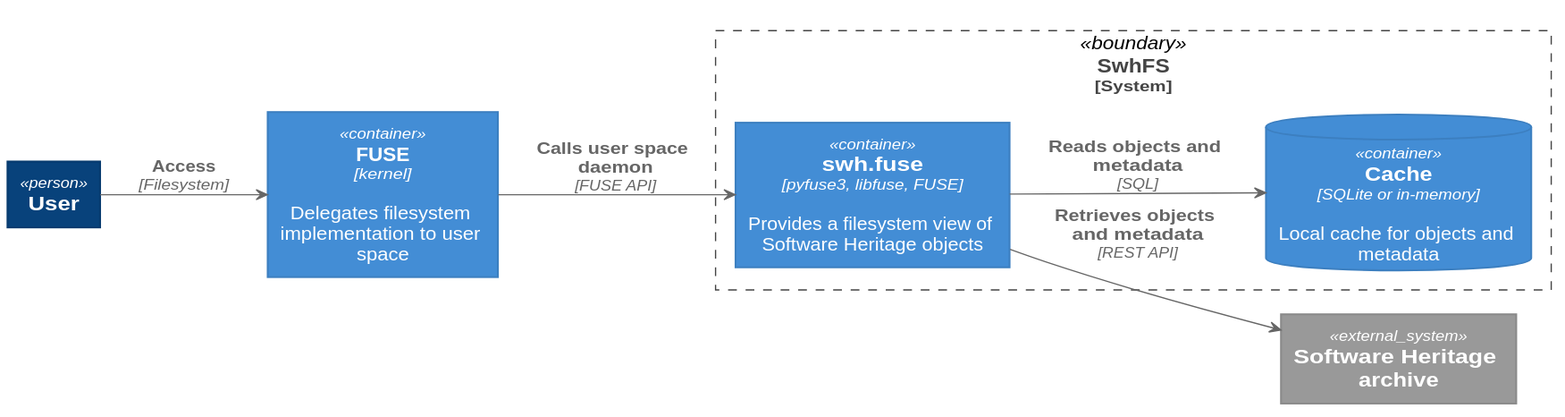
Before: docs/images/arch-container.svg, a diagram exported from PlantUML (SoftwareHeritage/swh-fuse). The source it was exported from:
```plantuml
@startuml arch-container





skinparam defaultTextAlignment center

skinparam wrapWidth 200
skinparam maxMessageSize 150

skinparam rectangle {
    StereotypeFontSize 12
    shadowing false
}

skinparam database {
    StereotypeFontSize 12
    shadowing false
}

skinparam Arrow {
    Color #666666
    FontColor #666666
    FontSize 12
}

skinparam rectangle<<boundary>> {
    Shadowing false
    StereotypeFontSize 0
    FontColor #444444
    BorderColor #444444
    BorderStyle dashed
}






















skinparam rectangle<<person>> {
    StereotypeFontColor #FFFFFF
    FontColor #FFFFFF
    BackgroundColor #08427B
    BorderColor #073B6F
}

skinparam rectangle<<external_person>> {
    StereotypeFontColor #FFFFFF
    FontColor #FFFFFF
    BackgroundColor #686868
    BorderColor #8A8A8A
}

skinparam rectangle<<system>> {
    StereotypeFontColor #FFFFFF
    FontColor #FFFFFF
    BackgroundColor #1168BD
    BorderColor #3C7FC0
}

skinparam rectangle<<external_system>> {
    StereotypeFontColor #FFFFFF
    FontColor #FFFFFF
    BackgroundColor #999999
    BorderColor #8A8A8A
}

skinparam database<<system>> {
    StereotypeFontColor #FFFFFF
    FontColor #FFFFFF
    BackgroundColor #1168BD
    BorderColor #3C7FC0
}

skinparam database<<external_system>> {
    StereotypeFontColor #FFFFFF
    FontColor #FFFFFF
    BackgroundColor #999999
    BorderColor #8A8A8A
}
















skinparam rectangle<<container>> {
    StereotypeFontColor #FFFFFF
    FontColor #FFFFFF
    BackgroundColor #438DD5
    BorderColor #3C7FC0
}

skinparam database<<container>> {
    StereotypeFontColor #FFFFFF
    FontColor #FFFFFF
    BackgroundColor #438DD5
    BorderColor #3C7FC0
}








left to right direction

rectangle "==User" <<person>> as user
rectangle "==FUSE\n//<size:12>[kernel]</size>//\n\n Delegates filesystem implementation to user space" <<container>> as fuse

rectangle "==SwhFS\n<size:12>[System]</size>" <<boundary>> as swhfs_bound {
	rectangle "==swh.fuse\n//<size:12>[pyfuse3, libfuse, FUSE]</size>//\n\n Provides a filesystem view of Software Heritage objects" <<container>> as swh_fuse
	database "==Cache\n//<size:12>[SQLite or in-memory]</size>//\n\n Local cache for objects and metadata" <<container>> as cache
	swh_fuse --> cache : "===Reads objects and metadata\n//<size:12>[SQL]</size>//"
}

rectangle "==Software Heritage archive" <<external_system>> as archive

user --> fuse : "===Access\n//<size:12>[Filesystem]</size>//"
fuse --> swh_fuse : "===Calls user space daemon\n//<size:12>[FUSE API]</size>//"
swh_fuse --> archive : "===Retrieves objects and metadata\n//<size:12>[REST API]</size>//"

@enduml
```
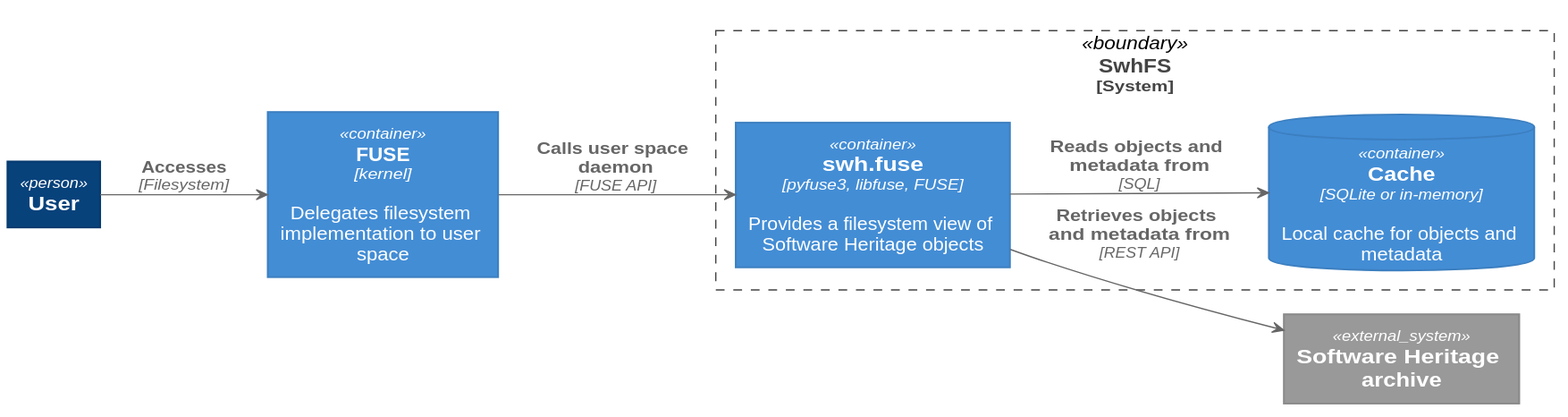
The same file after the commit.

Commit message:
arch diagram: uniform arrow label texts

What changed in the source:
```diff
@@ -140,13 +140,13 @@
 rectangle "==SwhFS\n<size:12>[System]</size>" <<boundary>> as swhfs_bound {
 	rectangle "==swh.fuse\n//<size:12>[pyfuse3, libfuse, FUSE]</size>//\n\n Provides a filesystem view of Software Heritage objects" <<container>> as swh_fuse
 	database "==Cache\n//<size:12>[SQLite or in-memory]</size>//\n\n Local cache for objects and metadata" <<container>> as cache
-	swh_fuse --> cache : "===Reads objects and metadata\n//<size:12>[SQL]</size>//"
+	swh_fuse --> cache : "===Reads objects and metadata from\n//<size:12>[SQL]</size>//"
 }
 
 rectangle "==Software Heritage archive" <<external_system>> as archive
 
-user --> fuse : "===Access\n//<size:12>[Filesystem]</size>//"
+user --> fuse : "===Accesses\n//<size:12>[Filesystem]</size>//"
 fuse --> swh_fuse : "===Calls user space daemon\n//<size:12>[FUSE API]</size>//"
-swh_fuse --> archive : "===Retrieves objects and metadata\n//<size:12>[REST API]</size>//"
+swh_fuse --> archive : "===Retrieves objects and metadata from\n//<size:12>[REST API]</size>//"
 
 @enduml
```
